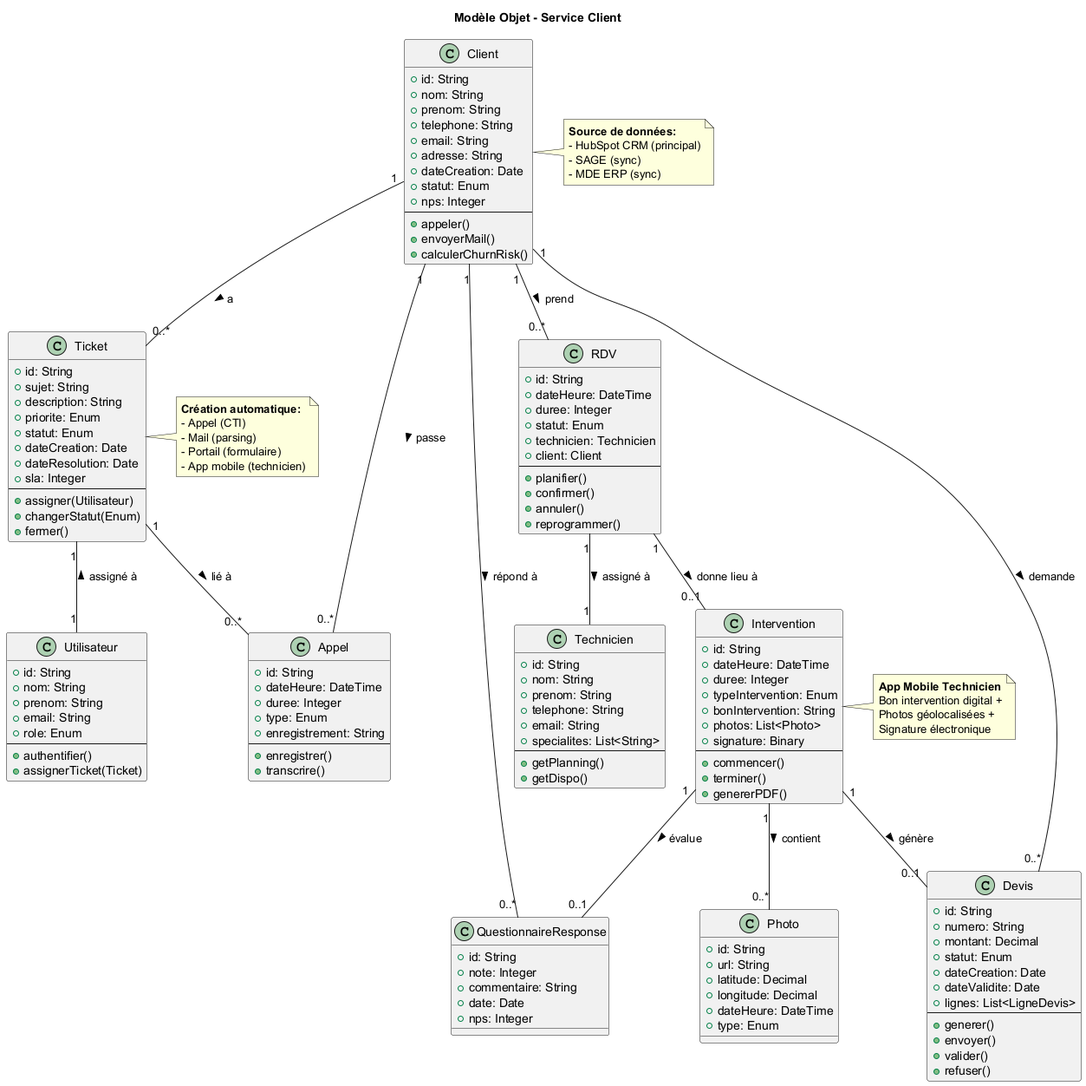
The PlantUML diagram Services/Service-Client/uml/png/Class_Modele_Objet.png in JordanSerafini/Audit_Duret, before a commit.
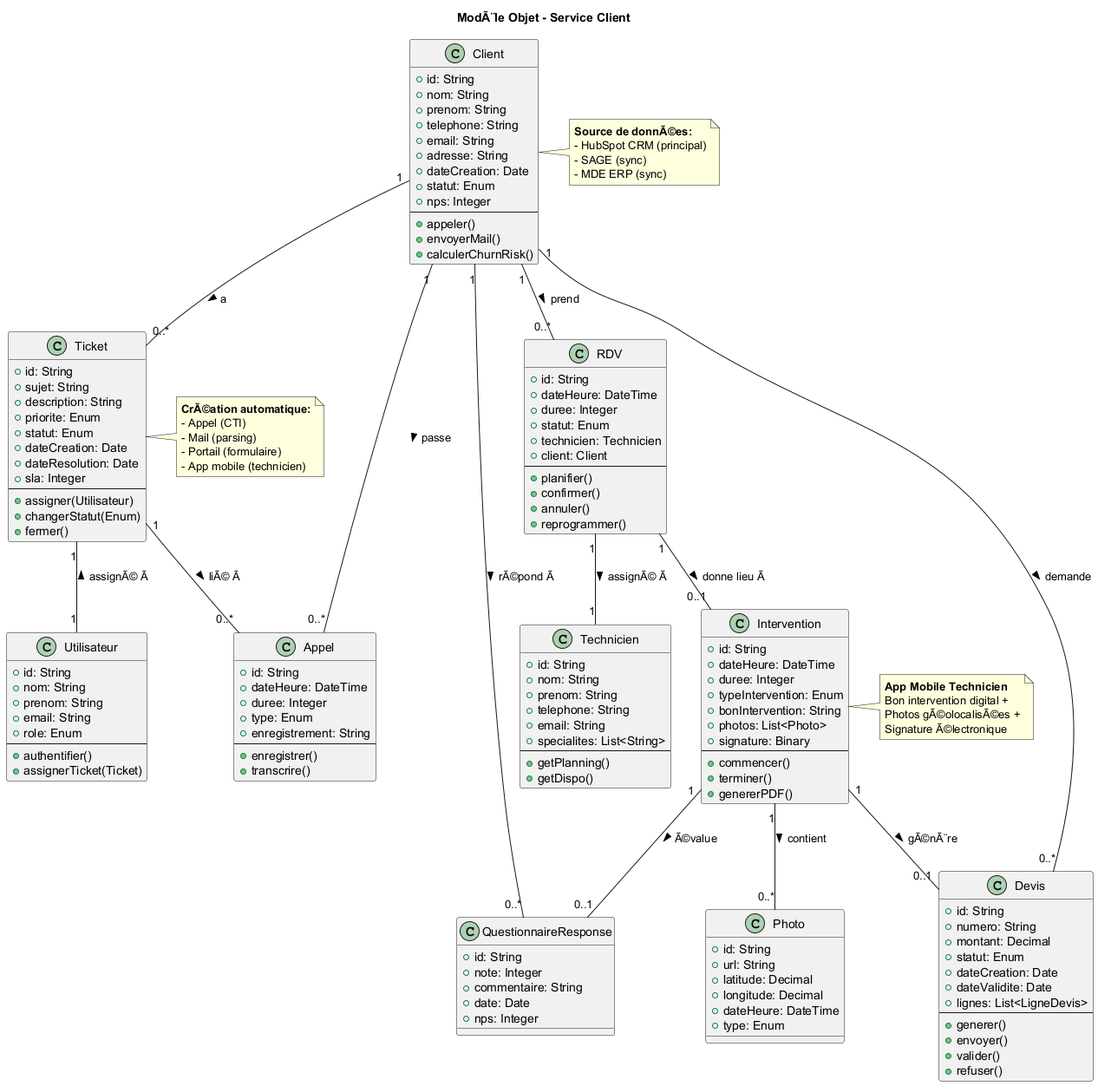
Later version of the same file.

What changed in the source:
```diff
@@ -1,6 +1,6 @@
 @startuml Class_Modele_Objet
 
-title Modèle Objet - Service Client
+title ModÃ¨le Objet - Service Client
 
 class Client {
   +id: String
@@ -132,27 +132,27 @@
 Client "1" -- "0..*" RDV : prend >
 Client "1" -- "0..*" Devis : demande >
 
-Ticket "1" -- "1" Utilisateur : assigné à <
-Ticket "1" -- "0..*" Appel : lié à >
+Ticket "1" -- "1" Utilisateur : assignÃ© Ã  <
+Ticket "1" -- "0..*" Appel : liÃ© Ã  >
 
-RDV "1" -- "1" Technicien : assigné à >
-RDV "1" -- "0..1" Intervention : donne lieu à >
+RDV "1" -- "1" Technicien : assignÃ© Ã  >
+RDV "1" -- "0..1" Intervention : donne lieu Ã  >
 
 Intervention "1" -- "0..*" Photo : contient >
-Intervention "1" -- "0..1" Devis : génère >
+Intervention "1" -- "0..1" Devis : gÃ©nÃ¨re >
 
-Client "1" -- "0..*" QuestionnaireResponse : répond à >
-Intervention "1" -- "0..1" QuestionnaireResponse : évalue >
+Client "1" -- "0..*" QuestionnaireResponse : rÃ©pond Ã  >
+Intervention "1" -- "0..1" QuestionnaireResponse : Ã©value >
 
 note right of Client
-  **Source de données:**
+  **Source de donnÃ©es:**
   - HubSpot CRM (principal)
   - SAGE (sync)
   - MDE ERP (sync)
 end note
 
 note right of Ticket
-  **Création automatique:**
+  **CrÃ©ation automatique:**
   - Appel (CTI)
   - Mail (parsing)
   - Portail (formulaire)
@@ -162,8 +162,8 @@
 note right of Intervention
   **App Mobile Technicien**
   Bon intervention digital +
-  Photos géolocalisées +
-  Signature électronique
+  Photos gÃ©olocalisÃ©es +
+  Signature Ã©lectronique
 end note
 
 @enduml
```
